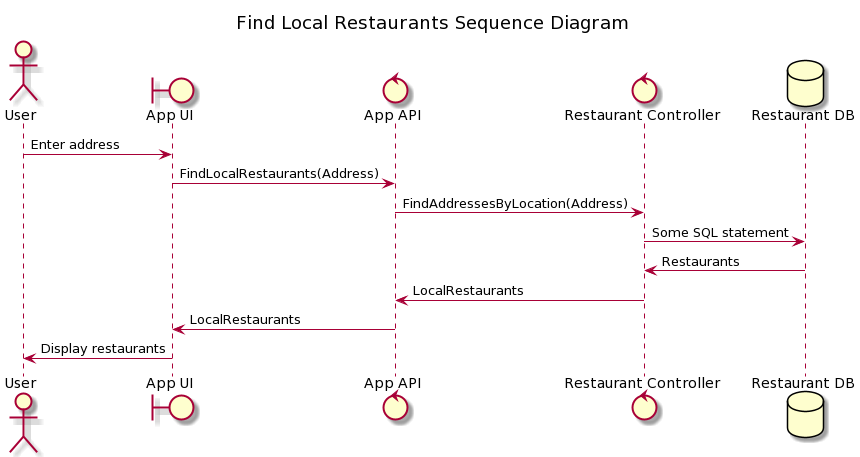
LForchini/Apprenticeship-Bootcamp keeps this PlantUML diagram as Week 1/Day 1/Sequence Diagram.png. Above is the earlier version.
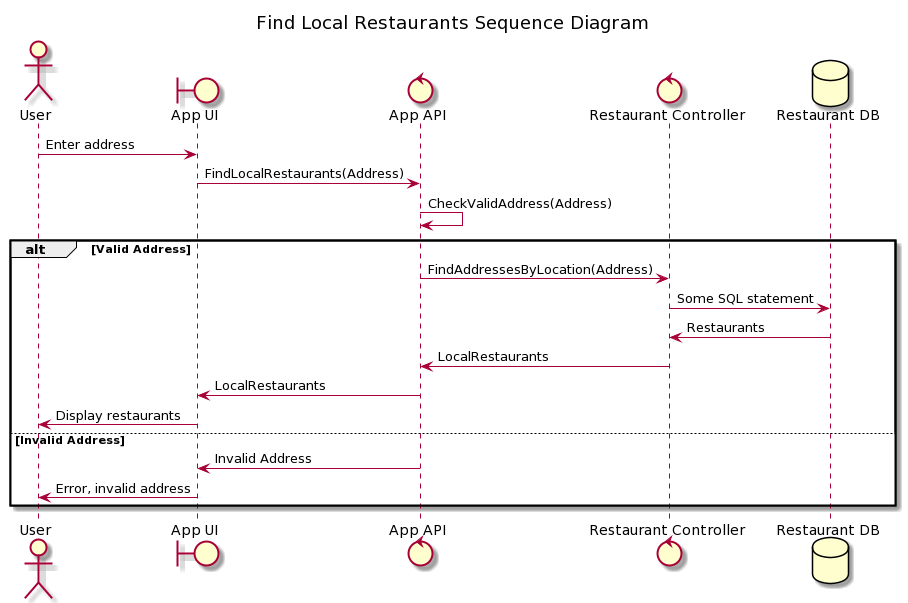
The same diagram one commit later.

Commit message:
Updated sequence diagram

What changed in the source:
```diff
@@ -9,6 +9,9 @@
 
 User -> "App UI" : Enter address
 "App UI" -> "App API" : FindLocalRestaurants(Address)
+"App API" -> "App API" : CheckValidAddress(Address)
+
+alt Valid Address
 "App API" -> "Restaurant Controller" : FindAddressesByLocation(Address)
 "Restaurant Controller" -> "Restaurant DB" : Some SQL statement
 
@@ -16,4 +19,8 @@
 "Restaurant Controller" -> "App API" : LocalRestaurants
 "App API" -> "App UI" : LocalRestaurants
 "App UI" -> "User" : Display restaurants
+else Invalid Address
+"App API" -> "App UI" : Invalid Address
+"App UI" -> "User" : Error, invalid address
+end
 @enduml
```
